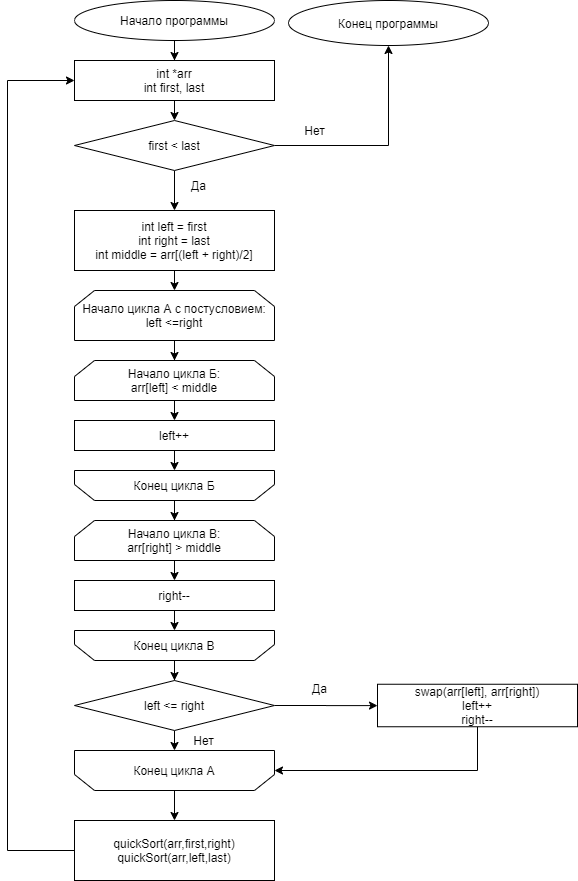
Kobanoss/FLaTA keeps this draw.io diagram as graph_flata/quick_sort.png. Above is the earlier version. Source tidied: cells renumbered, new cells last; positions are measured from the earlier drawing's top-left corner, leaving out a move shared by most shapes. Its diagram source:
```xml
<mxGraphModel>
  <root>
    <mxCell id="0" />
    <mxCell id="1" parent="0" />
    <mxCell id="2" style="edgeStyle=orthogonalEdgeStyle;rounded=0;jettySize=auto;html=1;" parent="1" edge="1" source="3" target="13">
      <mxGeometry relative="1" as="geometry" />
    </mxCell>
    <mxCell id="3" value="Начало программы" style="ellipse;whiteSpace=wrap;html=1;" parent="1" vertex="1">
      <mxGeometry x="67" width="200" height="40" as="geometry" />
    </mxCell>
    <mxCell id="4" style="edgeStyle=orthogonalEdgeStyle;rounded=0;jettySize=auto;html=1;" parent="1" edge="1" source="6" target="7">
      <mxGeometry relative="1" as="geometry" />
    </mxCell>
    <mxCell id="5" style="edgeStyle=orthogonalEdgeStyle;rounded=0;jettySize=auto;html=1;" parent="1" edge="1" source="6" target="11">
      <mxGeometry relative="1" as="geometry" />
    </mxCell>
    <mxCell id="6" value="first &amp;lt; last" style="rhombus;whiteSpace=wrap;html=1;" parent="1" vertex="1">
      <mxGeometry x="67" y="120" width="200" height="50" as="geometry" />
    </mxCell>
    <mxCell id="7" value="Конец программы" style="ellipse;whiteSpace=wrap;html=1;" parent="1" vertex="1">
      <mxGeometry x="281" width="200" height="45" as="geometry" />
    </mxCell>
    <mxCell id="8" value="Нет" style="text;html=1;align=center;verticalAlign=middle;" parent="1" vertex="1">
      <mxGeometry x="287" y="120" width="40" height="20" as="geometry" />
    </mxCell>
    <mxCell id="9" value="Да" style="text;html=1;align=center;verticalAlign=middle;" parent="1" vertex="1">
      <mxGeometry x="176" y="175" width="30" height="20" as="geometry" />
    </mxCell>
    <mxCell id="10" style="edgeStyle=orthogonalEdgeStyle;rounded=0;jettySize=auto;html=1;exitX=0.5;exitY=1;exitDx=0;exitDy=0;entryX=0.5;entryY=0;entryDx=0;entryDy=0;" parent="1" edge="1" source="11" target="15">
      <mxGeometry relative="1" as="geometry" />
    </mxCell>
    <mxCell id="11" value="int left = first&lt;br&gt;int right = last&lt;br&gt;int middle = arr[(left + right)/2]" style="whiteSpace=wrap;html=1;" parent="1" vertex="1">
      <mxGeometry x="67" y="210" width="200" height="60" as="geometry" />
    </mxCell>
    <mxCell id="12" style="edgeStyle=orthogonalEdgeStyle;rounded=0;jettySize=auto;html=1;exitX=0.5;exitY=1;exitDx=0;exitDy=0;entryX=0.5;entryY=0;entryDx=0;entryDy=0;" parent="1" edge="1" source="13" target="6">
      <mxGeometry relative="1" as="geometry" />
    </mxCell>
    <mxCell id="13" value="int *arr&lt;br&gt;int first, last" style="rounded=0;whiteSpace=wrap;html=1;" parent="1" vertex="1">
      <mxGeometry x="67" y="60" width="200" height="40" as="geometry" />
    </mxCell>
    <mxCell id="14" style="edgeStyle=orthogonalEdgeStyle;rounded=0;jettySize=auto;html=1;exitX=0.5;exitY=1;exitDx=0;exitDy=0;" parent="1" edge="1" source="15" target="19">
      <mxGeometry relative="1" as="geometry" />
    </mxCell>
    <mxCell id="15" value="Начало цикла А с постусловием:&lt;br&gt;left &amp;lt;=right" style="shape=loopLimit;whiteSpace=wrap;html=1;" parent="1" vertex="1">
      <mxGeometry x="67" y="290" width="200" height="50" as="geometry" />
    </mxCell>
    <mxCell id="16" style="edgeStyle=orthogonalEdgeStyle;rounded=0;jettySize=auto;html=1;exitX=0.5;exitY=1;exitDx=0;exitDy=0;entryX=0.5;entryY=1;entryDx=0;entryDy=0;" parent="1" edge="1" source="17" target="21">
      <mxGeometry relative="1" as="geometry" />
    </mxCell>
    <mxCell id="17" value="left++" style="whiteSpace=wrap;html=1;" parent="1" vertex="1">
      <mxGeometry x="67" y="420" width="200" height="30" as="geometry" />
    </mxCell>
    <mxCell id="18" style="edgeStyle=orthogonalEdgeStyle;rounded=0;jettySize=auto;html=1;exitX=0.5;exitY=1;exitDx=0;exitDy=0;entryX=0.5;entryY=0;entryDx=0;entryDy=0;" parent="1" edge="1" source="19" target="17">
      <mxGeometry relative="1" as="geometry" />
    </mxCell>
    <mxCell id="19" value="&lt;span&gt;Начало цикла Б:&lt;/span&gt;&lt;br&gt;&lt;span&gt;arr[left] &amp;lt; middle&lt;/span&gt;" style="shape=loopLimit;whiteSpace=wrap;html=1;" parent="1" vertex="1">
      <mxGeometry x="67" y="360" width="200" height="40" as="geometry" />
    </mxCell>
    <mxCell id="20" style="edgeStyle=orthogonalEdgeStyle;rounded=0;jettySize=auto;html=1;exitX=0.5;exitY=0;exitDx=0;exitDy=0;" parent="1" edge="1" source="21" target="25">
      <mxGeometry relative="1" as="geometry" />
    </mxCell>
    <mxCell id="21" value="Конец цикла Б" style="shape=loopLimit;whiteSpace=wrap;html=1;direction=west;" parent="1" vertex="1">
      <mxGeometry x="67" y="470" width="200" height="30" as="geometry" />
    </mxCell>
    <mxCell id="22" style="edgeStyle=orthogonalEdgeStyle;rounded=0;jettySize=auto;html=1;exitX=0.5;exitY=1;exitDx=0;exitDy=0;entryX=0.5;entryY=1;entryDx=0;entryDy=0;" parent="1" edge="1" source="23" target="27">
      <mxGeometry relative="1" as="geometry" />
    </mxCell>
    <mxCell id="23" value="right--" style="whiteSpace=wrap;html=1;" parent="1" vertex="1">
      <mxGeometry x="67" y="580" width="200" height="30" as="geometry" />
    </mxCell>
    <mxCell id="24" style="edgeStyle=orthogonalEdgeStyle;rounded=0;jettySize=auto;html=1;exitX=0.5;exitY=1;exitDx=0;exitDy=0;entryX=0.5;entryY=0;entryDx=0;entryDy=0;" parent="1" edge="1" source="25" target="23">
      <mxGeometry relative="1" as="geometry" />
    </mxCell>
    <mxCell id="25" value="&lt;span&gt;Начало цикла В:&lt;/span&gt;&lt;br&gt;&lt;span&gt;arr[right] &amp;gt; middle&lt;/span&gt;" style="shape=loopLimit;whiteSpace=wrap;html=1;" parent="1" vertex="1">
      <mxGeometry x="67" y="520" width="200" height="40" as="geometry" />
    </mxCell>
    <mxCell id="26" style="edgeStyle=orthogonalEdgeStyle;rounded=0;jettySize=auto;html=1;" parent="1" edge="1" source="27" target="30">
      <mxGeometry relative="1" as="geometry" />
    </mxCell>
    <mxCell id="27" value="Конец цикла В" style="shape=loopLimit;whiteSpace=wrap;html=1;direction=west;" parent="1" vertex="1">
      <mxGeometry x="67" y="630" width="200" height="30" as="geometry" />
    </mxCell>
    <mxCell id="28" style="edgeStyle=orthogonalEdgeStyle;rounded=0;jettySize=auto;html=1;" parent="1" edge="1" source="30" target="32">
      <mxGeometry relative="1" as="geometry" />
    </mxCell>
    <mxCell id="29" style="edgeStyle=orthogonalEdgeStyle;rounded=0;jettySize=auto;html=1;exitX=0.5;exitY=1;exitDx=0;exitDy=0;entryX=0.5;entryY=1;entryDx=0;entryDy=0;" parent="1" edge="1" source="30" target="34">
      <mxGeometry relative="1" as="geometry" />
    </mxCell>
    <mxCell id="30" value="left &amp;lt;= right" style="rhombus;whiteSpace=wrap;html=1;" parent="1" vertex="1">
      <mxGeometry x="67" y="680" width="200" height="50" as="geometry" />
    </mxCell>
    <mxCell id="31" style="edgeStyle=orthogonalEdgeStyle;rounded=0;jettySize=auto;html=1;exitX=0.5;exitY=1;exitDx=0;exitDy=0;entryX=0;entryY=0.5;entryDx=0;entryDy=0;" parent="1" edge="1" source="32" target="34">
      <mxGeometry relative="1" as="geometry" />
    </mxCell>
    <mxCell id="32" value="swap(arr[left], arr[right])&lt;br&gt;left++&lt;br&gt;right--" style="whiteSpace=wrap;html=1;" parent="1" vertex="1">
      <mxGeometry x="370" y="683.8" width="200" height="42.5" as="geometry" />
    </mxCell>
    <mxCell id="33" style="edgeStyle=orthogonalEdgeStyle;rounded=0;jettySize=auto;html=1;" parent="1" edge="1" source="34" target="38">
      <mxGeometry relative="1" as="geometry" />
    </mxCell>
    <mxCell id="34" value="Конец цикла А" style="shape=loopLimit;whiteSpace=wrap;html=1;direction=west;" parent="1" vertex="1">
      <mxGeometry x="67" y="750" width="200" height="40" as="geometry" />
    </mxCell>
    <mxCell id="35" value="Нет" style="text;html=1;align=center;verticalAlign=middle;" parent="1" vertex="1">
      <mxGeometry x="176" y="730" width="40" height="20" as="geometry" />
    </mxCell>
    <mxCell id="36" value="Да" style="text;html=1;align=center;verticalAlign=middle;" parent="1" vertex="1">
      <mxGeometry x="297" y="677.5" width="30" height="20" as="geometry" />
    </mxCell>
    <mxCell id="37" style="edgeStyle=orthogonalEdgeStyle;rounded=0;jettySize=auto;html=1;exitX=0;exitY=0.5;exitDx=0;exitDy=0;entryX=0;entryY=0.5;entryDx=0;entryDy=0;" parent="1" edge="1" source="38" target="13">
      <mxGeometry relative="1" as="geometry">
        <Array as="points">
          <mxPoint y="850" />
          <mxPoint y="80" />
        </Array>
      </mxGeometry>
    </mxCell>
    <mxCell id="38" value="quickSort(arr,first,right)&lt;br&gt;quickSort(arr,left,last)" style="whiteSpace=wrap;html=1;" parent="1" vertex="1">
      <mxGeometry x="67" y="820" width="200" height="60" as="geometry" />
    </mxCell>
  </root>
</mxGraphModel>
```
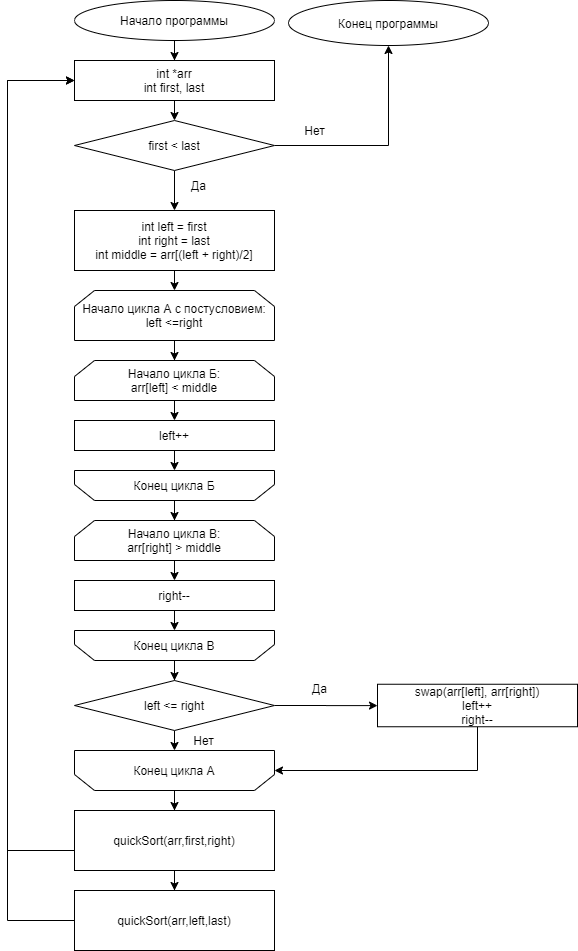
Later version of the same file.

The edit, as a diff of the source:
```diff
@@ -115,8 +115,22 @@
         </Array>
       </mxGeometry>
     </mxCell>
+    <mxCell id="39" style="edgeStyle=orthogonalEdgeStyle;rounded=0;jettySize=auto;html=1;" parent="1" edge="1" source="38" target="41">
+      <mxGeometry relative="1" as="geometry" />
+    </mxCell>
-    <mxCell id="38" value="quickSort(arr,first,right)&lt;br&gt;quickSort(arr,left,last)" style="whiteSpace=wrap;html=1;" parent="1" vertex="1">
-      <mxGeometry x="67" y="820" width="200" height="60" as="geometry" />
+    <mxCell id="38" value="quickSort(arr,first,right)&lt;br&gt;" style="whiteSpace=wrap;html=1;" parent="1" vertex="1">
+      <mxGeometry x="67" y="810" width="200" height="60" as="geometry" />
     </mxCell>
+    <mxCell id="40" style="edgeStyle=orthogonalEdgeStyle;rounded=0;jettySize=auto;html=1;exitX=0;exitY=0.5;exitDx=0;exitDy=0;entryX=0;entryY=0.5;entryDx=0;entryDy=0;" parent="1" edge="1" source="41" target="13">
+      <mxGeometry relative="1" as="geometry">
+        <Array as="points">
+          <mxPoint y="920" />
+          <mxPoint y="80" />
+        </Array>
+      </mxGeometry>
+    </mxCell>
+    <mxCell id="41" value="&lt;span&gt;quickSort(arr,left,last)&lt;/span&gt;" style="whiteSpace=wrap;html=1;" parent="1" vertex="1">
+      <mxGeometry x="67" y="890" width="200" height="60" as="geometry" />
+    </mxCell>
   </root>
 </mxGraphModel>
```
